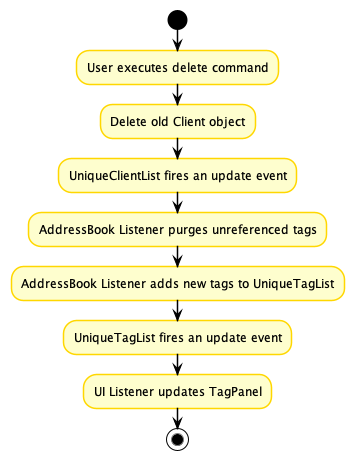
nus-cs2103-AY2122S1/tp keeps this PlantUML diagram as docs/images/DeleteUserTagActivityDiagram.png. Above is the earlier version. Source of this version:
```plantuml
@startuml
!include style.puml
skinparam arrowThickness 1
skinparam arrowColor USER_COLOR
skinparam classBackgroundColor USER_COLOR
skinparam classBorderColor USER_COLOR

skinparam activity {
BorderColor #gold
DiamondBorderColor #gold
}

start
:User executes delete command;
:Delete old Client object;
:UniqueClientList fires an update event;
:AddressBook Listener purges unreferenced tags;
:AddressBook Listener adds new tags to UniqueTagList;
:UniqueTagList fires an update event;
:UI Listener updates TagPanel;
stop
@enduml
```
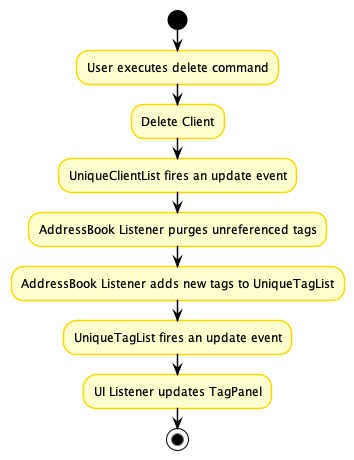
After the commit.

Change to the diagram source:
```diff
@@ -12,7 +12,7 @@
 
 start
 :User executes delete command;
-:Delete old Client object;
+:Delete Client;
 :UniqueClientList fires an update event;
 :AddressBook Listener purges unreferenced tags;
 :AddressBook Listener adds new tags to UniqueTagList;
```
